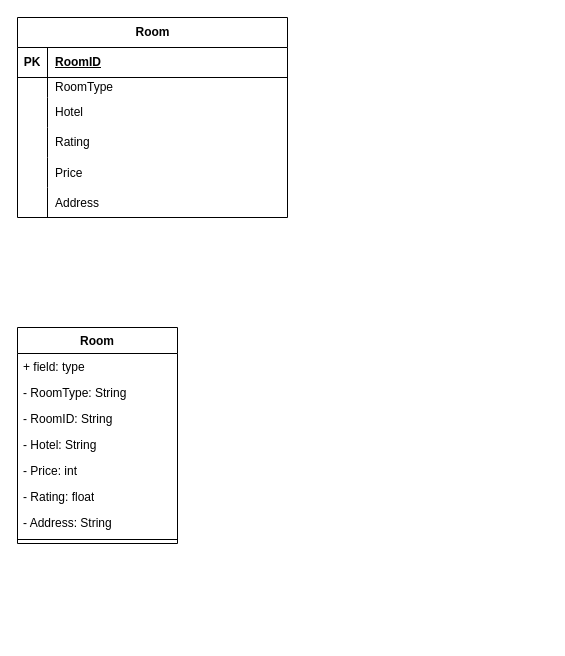
Earlier version of the draw.io diagram Window Final Term Project.drawio (hamegy08lleo/Window-Final-Term-Projcet-WPF-). Source tidied: cells renumbered, new cells numbered last; positions are measured from the earlier drawing's top-left corner, leaving out a move shared by most shapes. Both pictures are drawn from the tidied source at 100%, with x=0, y=0 at pixel (17, 17).
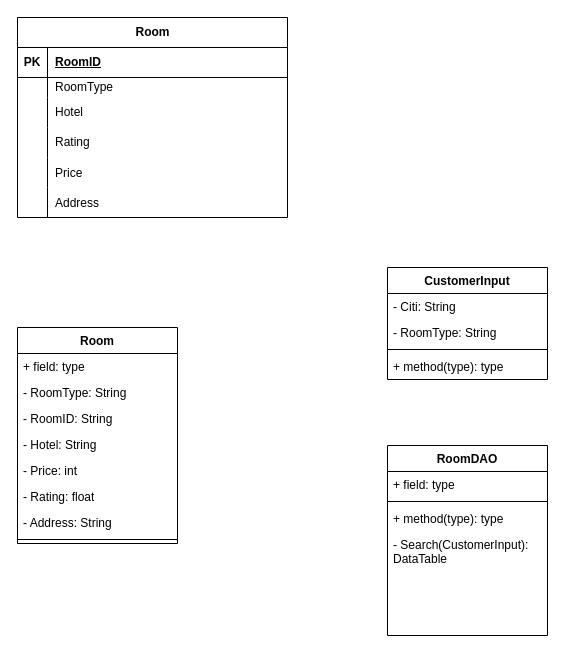
The same diagram, later.

The edit, as a diff of the source:
```diff
@@
+    <mxCell id="30" value="CustomerInput" style="swimlane;fontStyle=1;align=center;verticalAlign=top;horizontal=1;startSize=26;whiteSpace=wrap;html=1;" parent="1" vertex="1">
+      <mxGeometry x="370" y="250" width="160" height="112" as="geometry" />
+    </mxCell>
+    <mxCell id="31" value="- Citi: String" style="text;strokeColor=none;fillColor=none;align=left;verticalAlign=top;spacingLeft=4;spacingRight=4;overflow=hidden;whiteSpace=wrap;html=1;" parent="30" vertex="1">
+      <mxGeometry y="26" width="160" height="26" as="geometry" />
+    </mxCell>
+    <mxCell id="32" value="- RoomType: String" style="text;strokeColor=none;fillColor=none;align=left;verticalAlign=top;spacingLeft=4;spacingRight=4;overflow=hidden;whiteSpace=wrap;html=1;" parent="30" vertex="1">
+      <mxGeometry y="52" width="160" height="26" as="geometry" />
+    </mxCell>
+    <mxCell id="33" style="line;strokeWidth=1;fillColor=none;align=left;verticalAlign=middle;spacingTop=-1;spacingLeft=3;spacingRight=3;labelPosition=right;strokeColor=inherit;" parent="30" vertex="1">
+      <mxGeometry y="78" width="160" height="8" as="geometry" />
+    </mxCell>
+    <mxCell id="34" value="+ method(type): type" style="text;strokeColor=none;fillColor=none;align=left;verticalAlign=top;spacingLeft=4;spacingRight=4;overflow=hidden;whiteSpace=wrap;html=1;" parent="30" vertex="1">
+      <mxGeometry y="86" width="160" height="26" as="geometry" />
+    </mxCell>
+    <mxCell id="35" value="RoomDAO" style="swimlane;fontStyle=1;align=center;verticalAlign=top;horizontal=1;startSize=26;whiteSpace=wrap;html=1;" parent="1" vertex="1">
+      <mxGeometry x="370" y="428" width="160" height="190" as="geometry" />
+    </mxCell>
+    <mxCell id="36" value="+ field: type" style="text;strokeColor=none;fillColor=none;align=left;verticalAlign=top;spacingLeft=4;spacingRight=4;overflow=hidden;whiteSpace=wrap;html=1;" parent="35" vertex="1">
+      <mxGeometry y="26" width="160" height="26" as="geometry" />
+    </mxCell>
+    <mxCell id="37" style="line;strokeWidth=1;fillColor=none;align=left;verticalAlign=middle;spacingTop=-1;spacingLeft=3;spacingRight=3;labelPosition=right;strokeColor=inherit;" parent="35" vertex="1">
+      <mxGeometry y="52" width="160" height="8" as="geometry" />
+    </mxCell>
+    <mxCell id="38" value="+ method(type): type" style="text;strokeColor=none;fillColor=none;align=left;verticalAlign=top;spacingLeft=4;spacingRight=4;overflow=hidden;whiteSpace=wrap;html=1;" parent="35" vertex="1">
+      <mxGeometry y="60" width="160" height="26" as="geometry" />
+    </mxCell>
+    <mxCell id="39" value="- Search(CustomerInput): DataTable" style="text;strokeColor=none;fillColor=none;align=left;verticalAlign=top;spacingLeft=4;spacingRight=4;overflow=hidden;whiteSpace=wrap;html=1;" parent="35" vertex="1">
+      <mxGeometry y="86" width="160" height="104" as="geometry" />
+    </mxCell>
```
